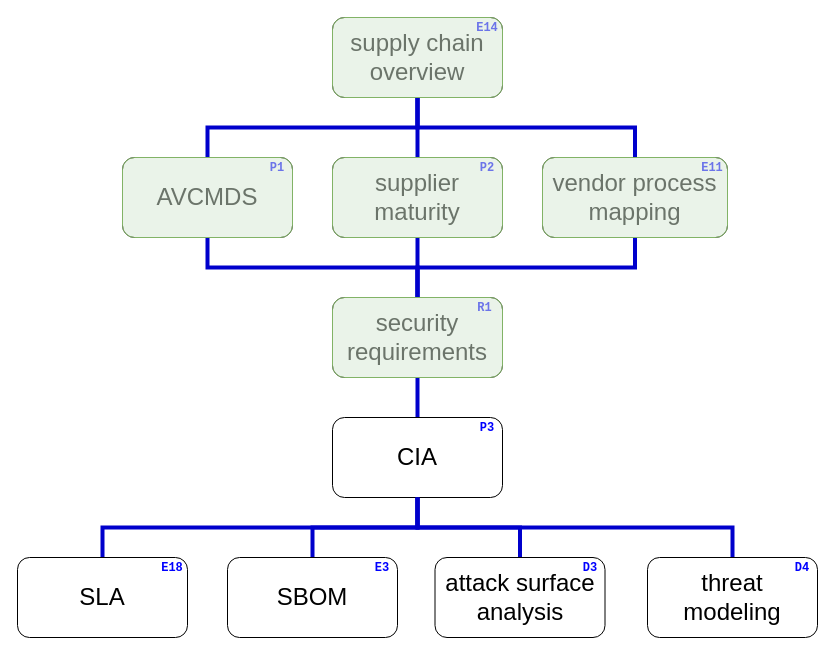
Earlier version of the draw.io diagram page "supply chain" (3 of 3) of training/images/AVCDL training path/source/AVCDL training path.drawio (AVCDL/AVCDL). Source tidied: cells renumbered, new cells numbered last; positions are measured from the earlier drawing's top-left corner, leaving out a move shared by most shapes. Both pictures are drawn from the tidied source at 100%, with x=0, y=0 at pixel (17, 17).
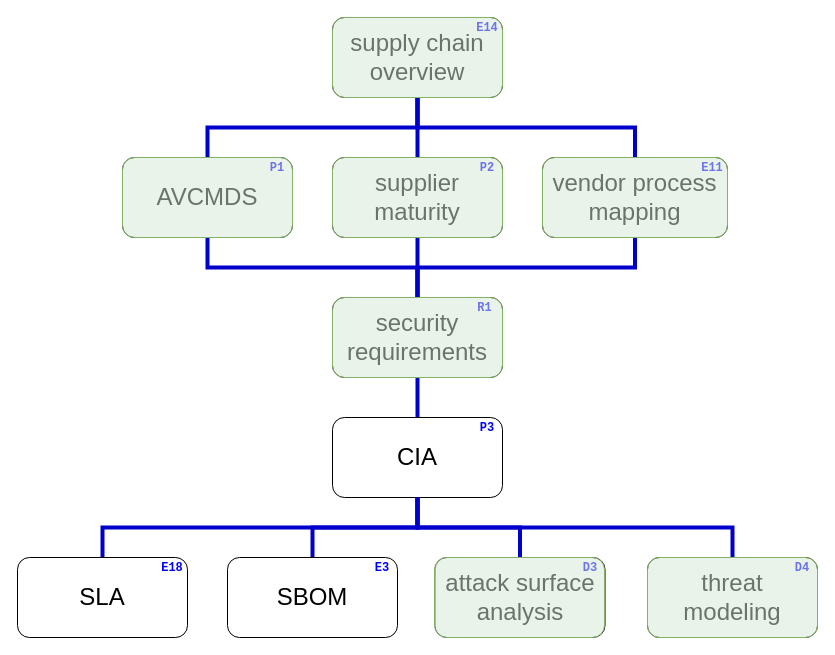
After the change.

Commit message (it also covers changes not shown here):
updated training path read me to add attack surface analysis and threat modeling videos to supplier section

Change to the diagram source:
```diff
@@
+    <mxCell id="39" style="rounded=1;whiteSpace=wrap;html=1;fillColor=#d5e8d4;strokeColor=#82b366;strokeOpacity=100;fillOpacity=50;" parent="33" vertex="1">
+      <mxGeometry x="630" y="540" width="170" height="80" as="geometry" />
+    </mxCell>
+    <mxCell id="40" style="rounded=1;whiteSpace=wrap;html=1;fillColor=#d5e8d4;strokeColor=#82b366;strokeOpacity=100;fillOpacity=50;" parent="33" vertex="1">
+      <mxGeometry x="417" y="540" width="170" height="80" as="geometry" />
+    </mxCell>
```
